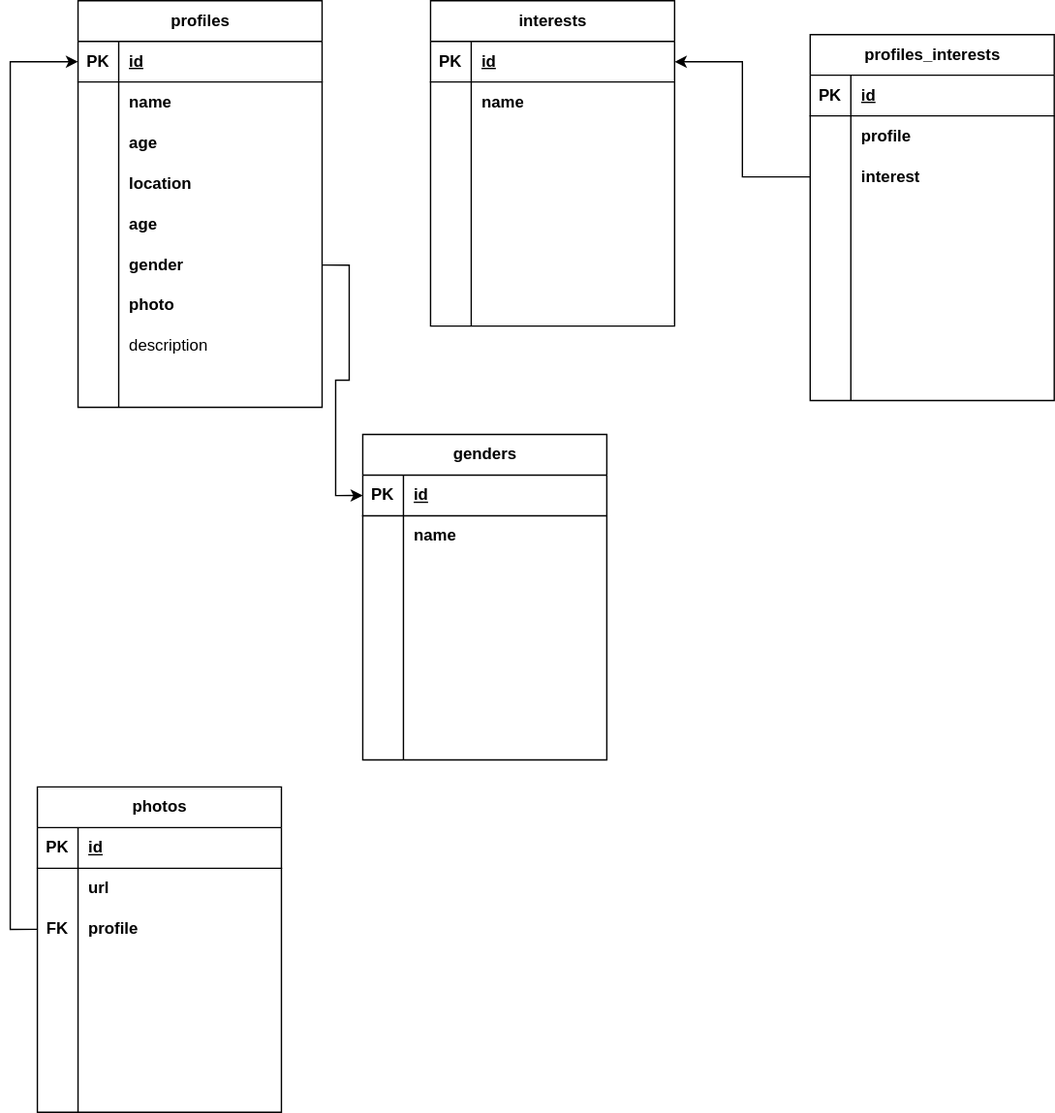
This is drawio/Диаграмма без названия.drawio.svg from RIP-Peroni/sympathy, a draw.io export, as it was before one commit. Source tidied: cells renumbered, new cells last; positions are measured from the earlier drawing's top-left corner, leaving out a move shared by most shapes.
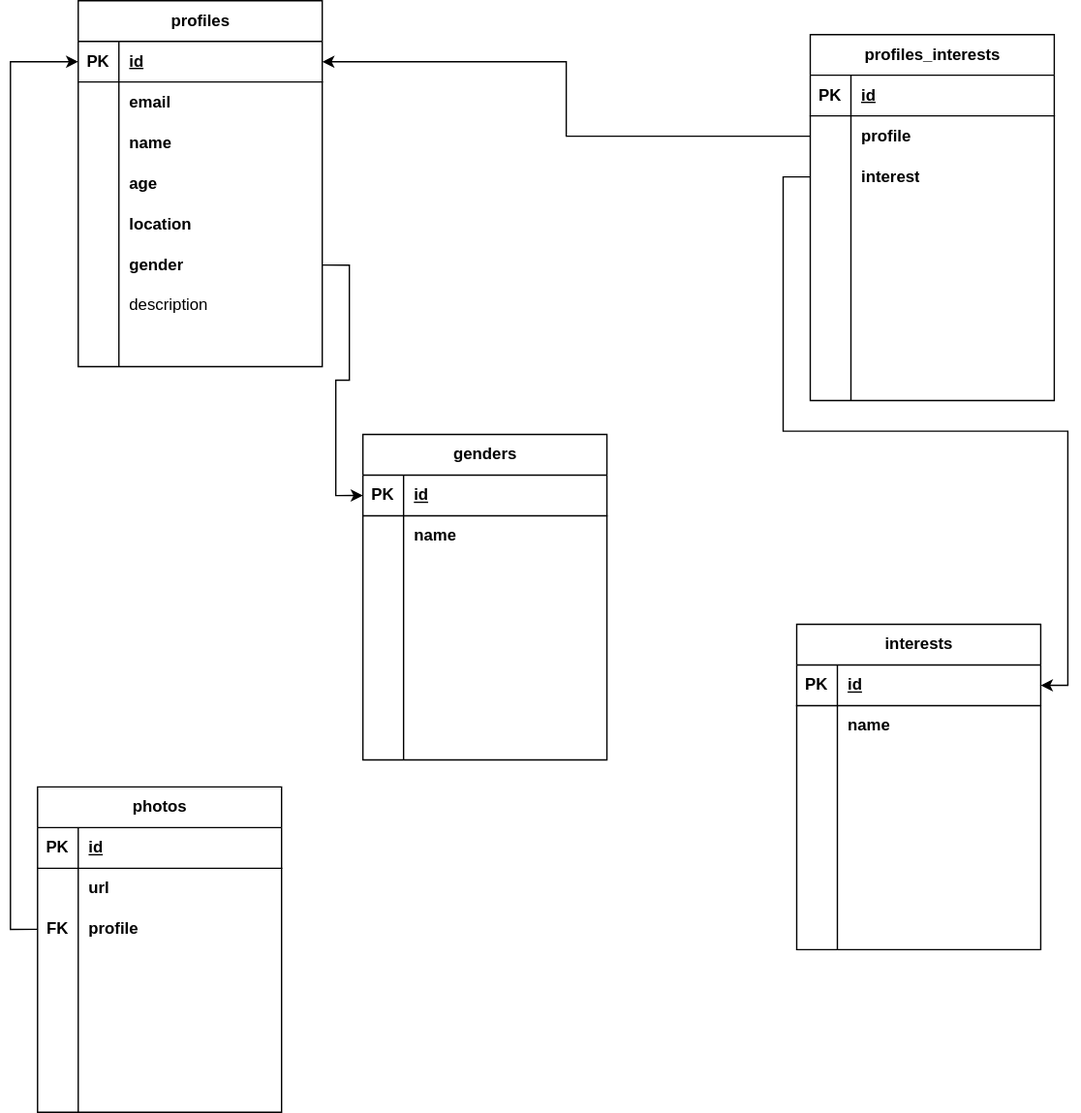
After the commit.

What changed in the source:
```diff
@@ -3,7 +3,7 @@
     <mxCell id="0" />
     <mxCell id="1" parent="0" />
     <mxCell id="2" value="profiles" style="shape=table;startSize=30;rowLines=0;fontStyle=1;align=center;html=1;" parent="1" vertex="1">
-      <mxGeometry x="30" width="180" height="300" as="geometry" />
+      <mxGeometry x="30" width="180" height="270" as="geometry" />
     </mxCell>
     <mxCell id="3" style="shape=tableRow;horizontal=0;startSize=0;swimlaneHead=0;swimlaneBody=0;fillColor=none;points=[[0,0.5],[1,0.5]];portConstraint=eastwest;top=0;left=0;right=0;bottom=1;" parent="2" vertex="1">
       <mxGeometry y="30" width="180" height="30" as="geometry" />
@@ -20,11 +20,20 @@
     <mxCell id="7" style="shape=partialRectangle;fillColor=none;top=0;left=0;bottom=0;right=0;overflow=hidden;whiteSpace=wrap;html=1;" parent="6" vertex="1">
       <mxGeometry width="30" height="30" as="geometry" />
     </mxCell>
-    <mxCell id="8" value="name" style="shape=partialRectangle;fillColor=none;top=0;left=0;bottom=0;right=0;align=left;spacingLeft=6;overflow=hidden;whiteSpace=wrap;html=1;fontStyle=1;" parent="6" vertex="1">
+    <mxCell id="8" value="email" style="shape=partialRectangle;fillColor=none;top=0;left=0;bottom=0;right=0;align=left;spacingLeft=6;overflow=hidden;whiteSpace=wrap;html=1;fontStyle=1;" parent="6" vertex="1">
       <mxGeometry x="30" width="150" height="30" as="geometry" />
     </mxCell>
+    <mxCell id="124" style="shape=tableRow;horizontal=0;startSize=0;swimlaneHead=0;swimlaneBody=0;fillColor=none;top=0;left=0;right=0;bottom=0;" parent="2" vertex="1">
+      <mxGeometry y="90" width="180" height="30" as="geometry" />
+    </mxCell>
+    <mxCell id="125" style="shape=partialRectangle;fillColor=none;top=0;left=0;bottom=0;right=0;overflow=hidden;whiteSpace=wrap;html=1;" parent="124" vertex="1">
+      <mxGeometry width="30" height="30" as="geometry" />
+    </mxCell>
+    <mxCell id="126" value="name" style="shape=partialRectangle;fillColor=none;top=0;left=0;bottom=0;right=0;align=left;spacingLeft=6;overflow=hidden;whiteSpace=wrap;html=1;fontStyle=1;" parent="124" vertex="1">
+      <mxGeometry x="30" width="150" height="30" as="geometry" />
+    </mxCell>
     <mxCell id="9" style="shape=tableRow;horizontal=0;startSize=0;swimlaneHead=0;swimlaneBody=0;fillColor=none;top=0;left=0;right=0;bottom=0;" parent="2" vertex="1">
-      <mxGeometry y="90" width="180" height="30" as="geometry" />
+      <mxGeometry y="120" width="180" height="30" as="geometry" />
     </mxCell>
     <mxCell id="10" style="shape=partialRectangle;fillColor=none;top=0;left=0;bottom=0;right=0;overflow=hidden;whiteSpace=wrap;html=1;" parent="9" vertex="1">
       <mxGeometry width="30" height="30" as="geometry" />
@@ -33,7 +42,7 @@
       <mxGeometry x="30" width="150" height="30" as="geometry" />
     </mxCell>
     <mxCell id="12" style="shape=tableRow;horizontal=0;startSize=0;swimlaneHead=0;swimlaneBody=0;fillColor=none;top=0;left=0;right=0;bottom=0;" parent="2" vertex="1">
-      <mxGeometry y="120" width="180" height="30" as="geometry" />
+      <mxGeometry y="150" width="180" height="30" as="geometry" />
     </mxCell>
     <mxCell id="13" style="shape=partialRectangle;fillColor=none;top=0;left=0;bottom=0;right=0;overflow=hidden;whiteSpace=wrap;html=1;" parent="12" vertex="1">
       <mxGeometry width="30" height="30" as="geometry" />
@@ -41,15 +50,6 @@
     <mxCell id="14" value="location" style="shape=partialRectangle;fillColor=none;top=0;left=0;bottom=0;right=0;align=left;spacingLeft=6;overflow=hidden;whiteSpace=wrap;html=1;fontStyle=1;" parent="12" vertex="1">
       <mxGeometry x="30" width="150" height="30" as="geometry" />
     </mxCell>
-    <mxCell id="15" style="shape=tableRow;horizontal=0;startSize=0;swimlaneHead=0;swimlaneBody=0;fillColor=none;top=0;left=0;right=0;bottom=0;" parent="2" vertex="1">
-      <mxGeometry y="150" width="180" height="30" as="geometry" />
-    </mxCell>
-    <mxCell id="16" style="shape=partialRectangle;fillColor=none;top=0;left=0;bottom=0;right=0;overflow=hidden;whiteSpace=wrap;html=1;" parent="15" vertex="1">
-      <mxGeometry width="30" height="30" as="geometry" />
-    </mxCell>
-    <mxCell id="17" value="age" style="shape=partialRectangle;fillColor=none;top=0;left=0;bottom=0;right=0;align=left;spacingLeft=6;overflow=hidden;whiteSpace=wrap;html=1;fontStyle=1;" parent="15" vertex="1">
-      <mxGeometry x="30" width="150" height="30" as="geometry" />
-    </mxCell>
     <mxCell id="18" style="shape=tableRow;horizontal=0;startSize=0;swimlaneHead=0;swimlaneBody=0;fillColor=none;points=[[0,0.5],[1,0.5]];portConstraint=eastwest;top=0;left=0;right=0;bottom=0;" parent="2" vertex="1">
       <mxGeometry y="180" width="180" height="30" as="geometry" />
     </mxCell>
@@ -59,17 +59,8 @@
     <mxCell id="20" value="gender" style="shape=partialRectangle;fillColor=none;top=0;left=0;bottom=0;right=0;align=left;spacingLeft=6;overflow=hidden;whiteSpace=wrap;html=1;fontStyle=1;" parent="18" vertex="1">
       <mxGeometry x="30" width="150" height="30" as="geometry" />
     </mxCell>
-    <mxCell id="21" style="shape=tableRow;horizontal=0;startSize=0;swimlaneHead=0;swimlaneBody=0;fillColor=none;top=0;left=0;right=0;bottom=0;" parent="2" vertex="1">
-      <mxGeometry y="210" width="180" height="30" as="geometry" />
-    </mxCell>
-    <mxCell id="22" style="shape=partialRectangle;fillColor=none;top=0;left=0;bottom=0;right=0;overflow=hidden;whiteSpace=wrap;html=1;" parent="21" vertex="1">
-      <mxGeometry width="30" height="30" as="geometry" />
-    </mxCell>
-    <mxCell id="23" value="photo" style="shape=partialRectangle;fillColor=none;top=0;left=0;bottom=0;right=0;align=left;spacingLeft=6;overflow=hidden;whiteSpace=wrap;html=1;fontStyle=1;" parent="21" vertex="1">
-      <mxGeometry x="30" width="150" height="30" as="geometry" />
-    </mxCell>
     <mxCell id="24" style="shape=tableRow;horizontal=0;startSize=0;swimlaneHead=0;swimlaneBody=0;fillColor=none;top=0;left=0;right=0;bottom=0;" parent="2" vertex="1">
-      <mxGeometry y="240" width="180" height="30" as="geometry" />
+      <mxGeometry y="210" width="180" height="30" as="geometry" />
     </mxCell>
     <mxCell id="25" style="shape=partialRectangle;fillColor=none;top=0;left=0;bottom=0;right=0;overflow=hidden;whiteSpace=wrap;html=1;" parent="24" vertex="1">
       <mxGeometry width="30" height="30" as="geometry" />
@@ -78,7 +69,7 @@
       <mxGeometry x="30" width="150" height="30" as="geometry" />
     </mxCell>
     <mxCell id="27" style="shape=tableRow;horizontal=0;startSize=0;swimlaneHead=0;swimlaneBody=0;fillColor=none;top=0;left=0;right=0;bottom=0;" parent="2" vertex="1">
-      <mxGeometry y="270" width="180" height="30" as="geometry" />
+      <mxGeometry y="240" width="180" height="30" as="geometry" />
     </mxCell>
     <mxCell id="28" style="shape=partialRectangle;fillColor=none;top=0;left=0;bottom=0;right=0;overflow=hidden;whiteSpace=wrap;html=1;" parent="27" vertex="1">
       <mxGeometry width="30" height="30" as="geometry" />
@@ -87,7 +78,7 @@
       <mxGeometry x="30" width="150" height="30" as="geometry" />
     </mxCell>
     <mxCell id="30" value="interests" style="shape=table;startSize=30;rowLines=0;fontStyle=1;align=center;html=1;" parent="1" vertex="1">
-      <mxGeometry x="290" width="180" height="240" as="geometry" />
+      <mxGeometry x="560" y="460" width="180" height="240" as="geometry" />
     </mxCell>
     <mxCell id="31" style="shape=tableRow;horizontal=0;startSize=0;swimlaneHead=0;swimlaneBody=0;fillColor=none;points=[[0,0.5],[1,0.5]];portConstraint=eastwest;top=0;left=0;right=0;bottom=1;" parent="30" vertex="1">
       <mxGeometry y="30" width="180" height="30" as="geometry" />
@@ -368,5 +359,8 @@
     <mxCell id="123" style="edgeStyle=orthogonalEdgeStyle;rounded=0;jettySize=auto;html=1;exitX=0;exitY=0.5;exitDx=0;exitDy=0;" parent="1" edge="1" source="59" target="31">
       <mxGeometry relative="1" as="geometry" />
     </mxCell>
+    <mxCell id="127" style="edgeStyle=orthogonalEdgeStyle;rounded=0;jettySize=auto;html=1;exitX=0;exitY=0.5;exitDx=0;exitDy=0;" parent="1" edge="1" source="56" target="3">
+      <mxGeometry relative="1" as="geometry" />
+    </mxCell>
   </root>
 </mxGraphModel>
```
